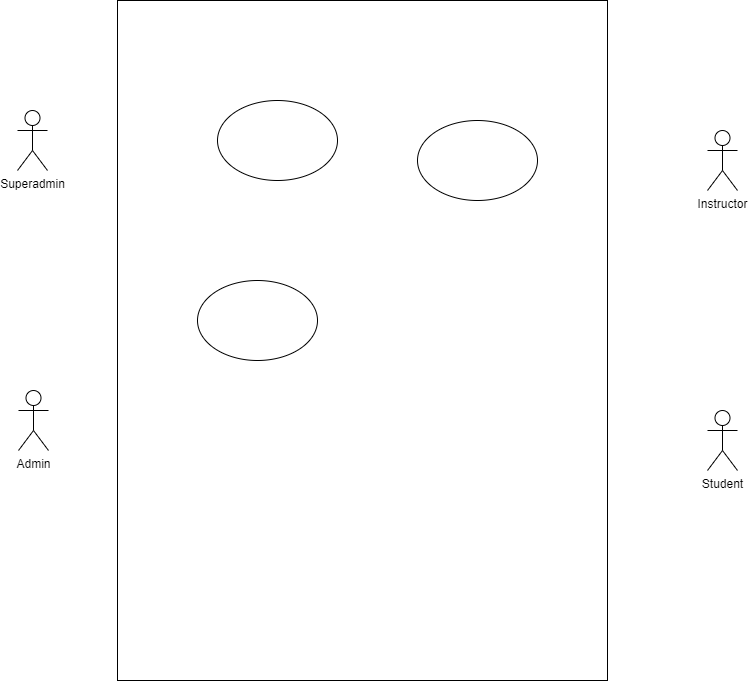
Above: Use_Case_Diagram_Marimo.drawio.png in kaisunoo/Acads (draw.io), before the change. Source tidied: cells renumbered, new cells last; positions are measured from the earlier drawing's top-left corner, leaving out a move shared by most shapes.
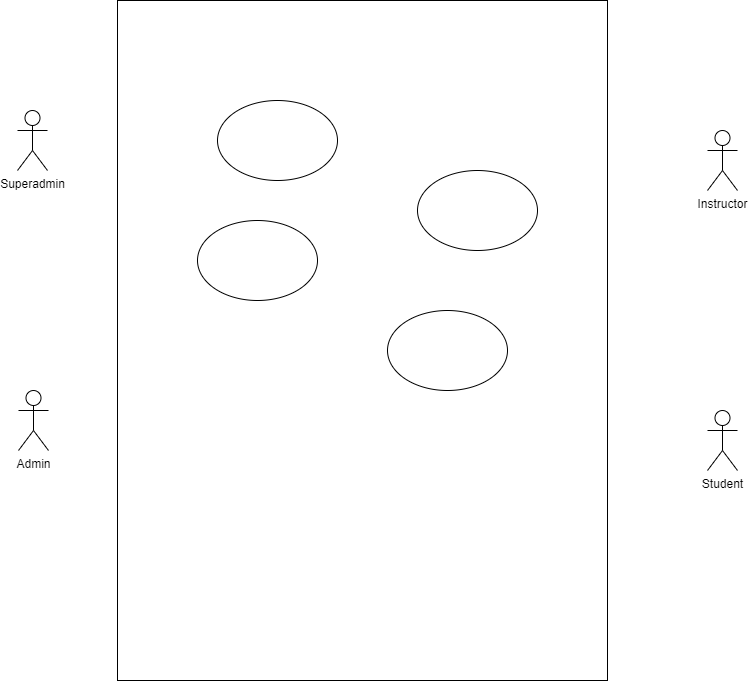
Later version of the same file.

What changed in the source:
```diff
@@ -21,10 +21,13 @@
       <mxGeometry x="200" y="100" width="120" height="80" as="geometry" />
     </mxCell>
     <mxCell id="8" style="ellipse;whiteSpace=wrap;html=1;" parent="1" vertex="1">
-      <mxGeometry x="400" y="120" width="120" height="80" as="geometry" />
+      <mxGeometry x="400" y="170" width="120" height="80" as="geometry" />
     </mxCell>
     <mxCell id="9" style="ellipse;whiteSpace=wrap;html=1;" parent="1" vertex="1">
-      <mxGeometry x="180" y="280" width="120" height="80" as="geometry" />
+      <mxGeometry x="180" y="220" width="120" height="80" as="geometry" />
     </mxCell>
+    <mxCell id="10" style="ellipse;whiteSpace=wrap;html=1;" parent="1" vertex="1">
+      <mxGeometry x="370" y="310" width="120" height="80" as="geometry" />
+    </mxCell>
   </root>
 </mxGraphModel>
```
